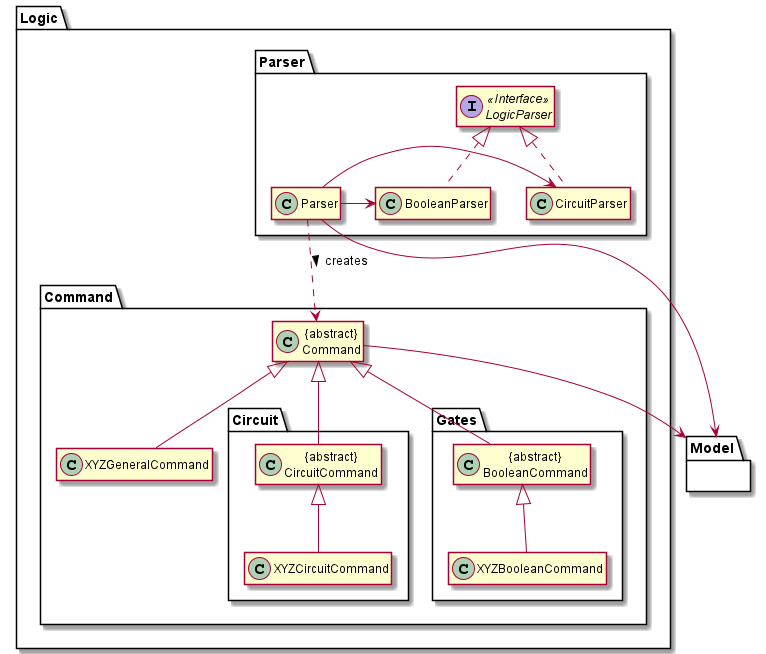
Before: docs/diagrams/LogicClassDiagram.png, a diagram exported from PlantUML (sevenseasofbri/tp).
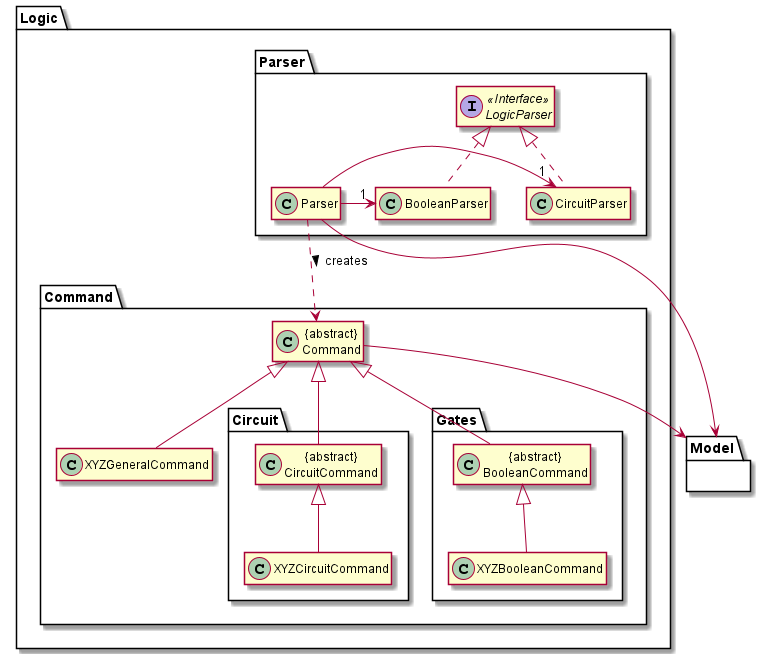
After the commit.

The edit, as a diff of the source:
```diff
@@ -41,7 +41,7 @@
 Parser ..> Command : creates >
 BooleanParser .u.|> LogicParser
 CircuitParser .u.|> LogicParser
-Parser -> BooleanParser
-Parser -> CircuitParser
+Parser -> "1" BooleanParser
+Parser -> "1" CircuitParser
 
 @enduml
```
